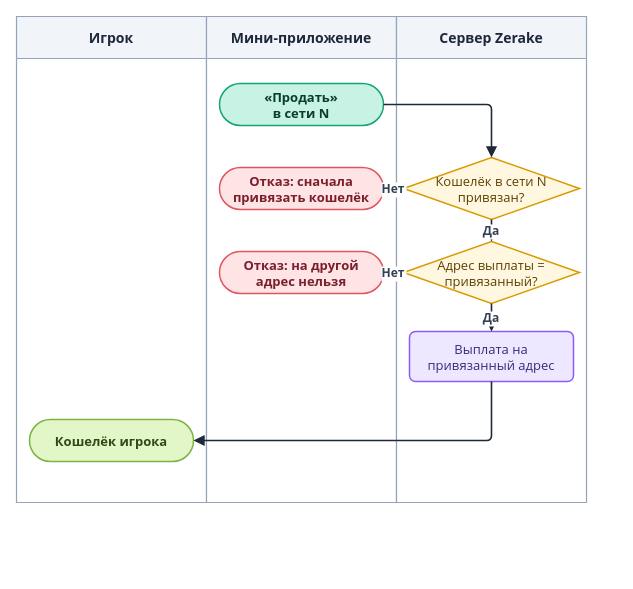
This is diagrams/drawio/payout-wallet.drawio from LILSUFFER/zerake-docs, a draw.io file, before an edit. Source tidied: cells renumbered, new cells numbered last; positions are measured from the earlier drawing's top-left corner, leaving out a move shared by most shapes. Both pictures are drawn from the tidied source at 100%, with x=0, y=0 at pixel (16, 16).
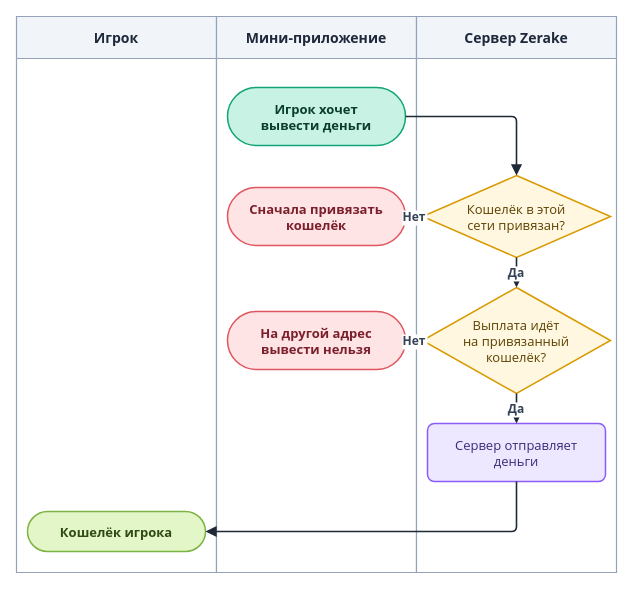
Above is the later version.

The edit, as a diff of the source:
```diff
@@
 <mxGraphModel>
   <root>
     <mxCell id="0" />
     <mxCell id="1" parent="0" />
     <mxCell id="2" value="Игрок" style="swimlane;horizontal=1;startSize=42;fillColor=#F1F4F9;swimlaneFillColor=#FFFFFF;strokeColor=#94A3B8;fontColor=#1E293B;fontStyle=1;fontSize=14;fontFamily=Segoe UI;strokeWidth=1.2;" parent="1" vertex="1">
-      <mxGeometry width="190" height="486" as="geometry" />
+      <mxGeometry width="200" height="556" as="geometry" />
     </mxCell>
     <mxCell id="3" value="Мини-приложение" style="swimlane;horizontal=1;startSize=42;fillColor=#F1F4F9;swimlaneFillColor=#FFFFFF;strokeColor=#94A3B8;fontColor=#1E293B;fontStyle=1;fontSize=14;fontFamily=Segoe UI;strokeWidth=1.2;" parent="1" vertex="1">
-      <mxGeometry x="190" width="190" height="486" as="geometry" />
+      <mxGeometry x="200" width="200" height="556" as="geometry" />
     </mxCell>
     <mxCell id="4" value="Сервер Zerake" style="swimlane;horizontal=1;startSize=42;fillColor=#F1F4F9;swimlaneFillColor=#FFFFFF;strokeColor=#94A3B8;fontColor=#1E293B;fontStyle=1;fontSize=14;fontFamily=Segoe UI;strokeWidth=1.2;" parent="1" vertex="1">
-      <mxGeometry x="380" width="190" height="486" as="geometry" />
+      <mxGeometry x="400" width="200" height="556" as="geometry" />
     </mxCell>
-    <mxCell id="5" value="«Продать»&#10;в сети N" style="rounded=1;arcSize=50;html=0;fontStyle=1;fillColor=#C7F2E4;strokeColor=#12A477;fontColor=#0B3D2C;fontFamily=Segoe UI;fontSize=13;strokeWidth=1.5;" parent="1" vertex="1">
-      <mxGeometry x="203" y="67" width="164" height="42" as="geometry" />
+    <mxCell id="5" value="Игрок хочет&#10;вывести деньги" style="rounded=1;arcSize=50;html=0;fontStyle=1;fillColor=#C7F2E4;strokeColor=#12A477;fontColor=#0B3D2C;fontFamily=Segoe UI;fontSize=13;strokeWidth=1.5;" parent="1" vertex="1">
+      <mxGeometry x="211" y="71" width="178" height="58" as="geometry" />
     </mxCell>
-    <mxCell id="6" value="Кошелёк в сети N&#10;привязан?" style="rhombus;html=0;fillColor=#FFF7E0;strokeColor=#D99A00;fontColor=#5C4100;fontFamily=Segoe UI;fontSize=13;strokeWidth=1.5;" parent="1" vertex="1">
-      <mxGeometry x="387" y="141" width="176" height="62" as="geometry" />
+    <mxCell id="6" value="Кошелёк в этой&#10;сети привязан?" style="rhombus;html=0;fillColor=#FFF7E0;strokeColor=#D99A00;fontColor=#5C4100;fontFamily=Segoe UI;fontSize=13;strokeWidth=1.5;" parent="1" vertex="1">
+      <mxGeometry x="406" y="159" width="188" height="82" as="geometry" />
     </mxCell>
-    <mxCell id="7" value="Отказ: сначала&#10;привязать кошелёк" style="rounded=1;arcSize=50;html=0;fontStyle=1;fillColor=#FFE4E6;strokeColor=#E0565F;fontColor=#7A1F2B;fontFamily=Segoe UI;fontSize=13;strokeWidth=1.5;" parent="1" vertex="1">
-      <mxGeometry x="203" y="151" width="164" height="42" as="geometry" />
+    <mxCell id="7" value="Сначала привязать&#10;кошелёк" style="rounded=1;arcSize=50;html=0;fontStyle=1;fillColor=#FFE4E6;strokeColor=#E0565F;fontColor=#7A1F2B;fontFamily=Segoe UI;fontSize=13;strokeWidth=1.5;" parent="1" vertex="1">
+      <mxGeometry x="211" y="171" width="178" height="58" as="geometry" />
     </mxCell>
-    <mxCell id="8" value="Адрес выплаты =&#10;привязанный?" style="rhombus;html=0;fillColor=#FFF7E0;strokeColor=#D99A00;fontColor=#5C4100;fontFamily=Segoe UI;fontSize=13;strokeWidth=1.5;" parent="1" vertex="1">
-      <mxGeometry x="387" y="225" width="176" height="62" as="geometry" />
+    <mxCell id="8" value="Выплата идёт&#10;на привязанный&#10;кошелёк?" style="rhombus;html=0;fillColor=#FFF7E0;strokeColor=#D99A00;fontColor=#5C4100;fontFamily=Segoe UI;fontSize=13;strokeWidth=1.5;" parent="1" vertex="1">
+      <mxGeometry x="406" y="271" width="188" height="106" as="geometry" />
     </mxCell>
-    <mxCell id="9" value="Отказ: на другой&#10;адрес нельзя" style="rounded=1;arcSize=50;html=0;fontStyle=1;fillColor=#FFE4E6;strokeColor=#E0565F;fontColor=#7A1F2B;fontFamily=Segoe UI;fontSize=13;strokeWidth=1.5;" parent="1" vertex="1">
-      <mxGeometry x="203" y="235" width="164" height="42" as="geometry" />
+    <mxCell id="9" value="На другой адрес&#10;вывести нельзя" style="rounded=1;arcSize=50;html=0;fontStyle=1;fillColor=#FFE4E6;strokeColor=#E0565F;fontColor=#7A1F2B;fontFamily=Segoe UI;fontSize=13;strokeWidth=1.5;" parent="1" vertex="1">
+      <mxGeometry x="211" y="295" width="178" height="58" as="geometry" />
     </mxCell>
-    <mxCell id="10" value="Выплата на&#10;привязанный адрес" style="rounded=1;arcSize=12;html=0;fillColor=#EDE7FF;strokeColor=#8B5CF6;fontColor=#3B2A7A;fontFamily=Segoe UI;fontSize=13;strokeWidth=1.5;" parent="1" vertex="1">
-      <mxGeometry x="393" y="315" width="164" height="50" as="geometry" />
+    <mxCell id="10" value="Сервер отправляет&#10;деньги" style="rounded=1;arcSize=12;html=0;fillColor=#EDE7FF;strokeColor=#8B5CF6;fontColor=#3B2A7A;fontFamily=Segoe UI;fontSize=13;strokeWidth=1.5;" parent="1" vertex="1">
+      <mxGeometry x="411" y="407" width="178" height="58" as="geometry" />
     </mxCell>
     <mxCell id="11" value="Кошелёк игрока" style="rounded=1;arcSize=50;html=0;fontStyle=1;fillColor=#E3F6C8;strokeColor=#7CB342;fontColor=#2F4A12;fontFamily=Segoe UI;fontSize=13;strokeWidth=1.5;" parent="1" vertex="1">
-      <mxGeometry x="13" y="403" width="164" height="42" as="geometry" />
+      <mxGeometry x="11" y="495" width="178" height="40" as="geometry" />
     </mxCell>
     <mxCell id="12" style="edgeStyle=orthogonalEdgeStyle;rounded=1;arcSize=10;jettySize=auto;html=0;strokeColor=#1F2937;strokeWidth=1.6;endArrow=block;endFill=1;endSize=7;fontFamily=Segoe UI;fontSize=12;fontStyle=1;fontColor=#334155;labelBackgroundColor=#FFFFFF;" parent="1" edge="1" source="5" target="6">
       <mxGeometry relative="1" as="geometry" />
     </mxCell>
     <mxCell id="13" value="Нет" style="edgeStyle=orthogonalEdgeStyle;rounded=1;arcSize=10;jettySize=auto;html=0;strokeColor=#1F2937;strokeWidth=1.6;endArrow=block;endFill=1;endSize=7;fontFamily=Segoe UI;fontSize=12;fontStyle=1;fontColor=#334155;labelBackgroundColor=#FFFFFF;" parent="1" edge="1" source="6" target="7">
       <mxGeometry relative="1" as="geometry" />
     </mxCell>
     <mxCell id="14" value="Да" style="edgeStyle=orthogonalEdgeStyle;rounded=1;arcSize=10;jettySize=auto;html=0;strokeColor=#1F2937;strokeWidth=1.6;endArrow=block;endFill=1;endSize=7;fontFamily=Segoe UI;fontSize=12;fontStyle=1;fontColor=#334155;labelBackgroundColor=#FFFFFF;" parent="1" edge="1" source="6" target="8">
       <mxGeometry relative="1" as="geometry" />
     </mxCell>
     <mxCell id="15" value="Нет" style="edgeStyle=orthogonalEdgeStyle;rounded=1;arcSize=10;jettySize=auto;html=0;strokeColor=#1F2937;strokeWidth=1.6;endArrow=block;endFill=1;endSize=7;fontFamily=Segoe UI;fontSize=12;fontStyle=1;fontColor=#334155;labelBackgroundColor=#FFFFFF;" parent="1" edge="1" source="8" target="9">
       <mxGeometry relative="1" as="geometry" />
     </mxCell>
     <mxCell id="16" value="Да" style="edgeStyle=orthogonalEdgeStyle;rounded=1;arcSize=10;jettySize=auto;html=0;strokeColor=#1F2937;strokeWidth=1.6;endArrow=block;endFill=1;endSize=7;fontFamily=Segoe UI;fontSize=12;fontStyle=1;fontColor=#334155;labelBackgroundColor=#FFFFFF;" parent="1" edge="1" source="8" target="10">
       <mxGeometry relative="1" as="geometry" />
     </mxCell>
     <mxCell id="17" style="edgeStyle=orthogonalEdgeStyle;rounded=1;arcSize=10;jettySize=auto;html=0;strokeColor=#1F2937;strokeWidth=1.6;endArrow=block;endFill=1;endSize=7;fontFamily=Segoe UI;fontSize=12;fontStyle=1;fontColor=#334155;labelBackgroundColor=#FFFFFF;exitX=0.5;exitY=1;entryX=1;entryY=0.5;" parent="1" edge="1" source="10" target="11">
       <mxGeometry relative="1" as="geometry" />
     </mxCell>
   </root>
 </mxGraphModel>
```
